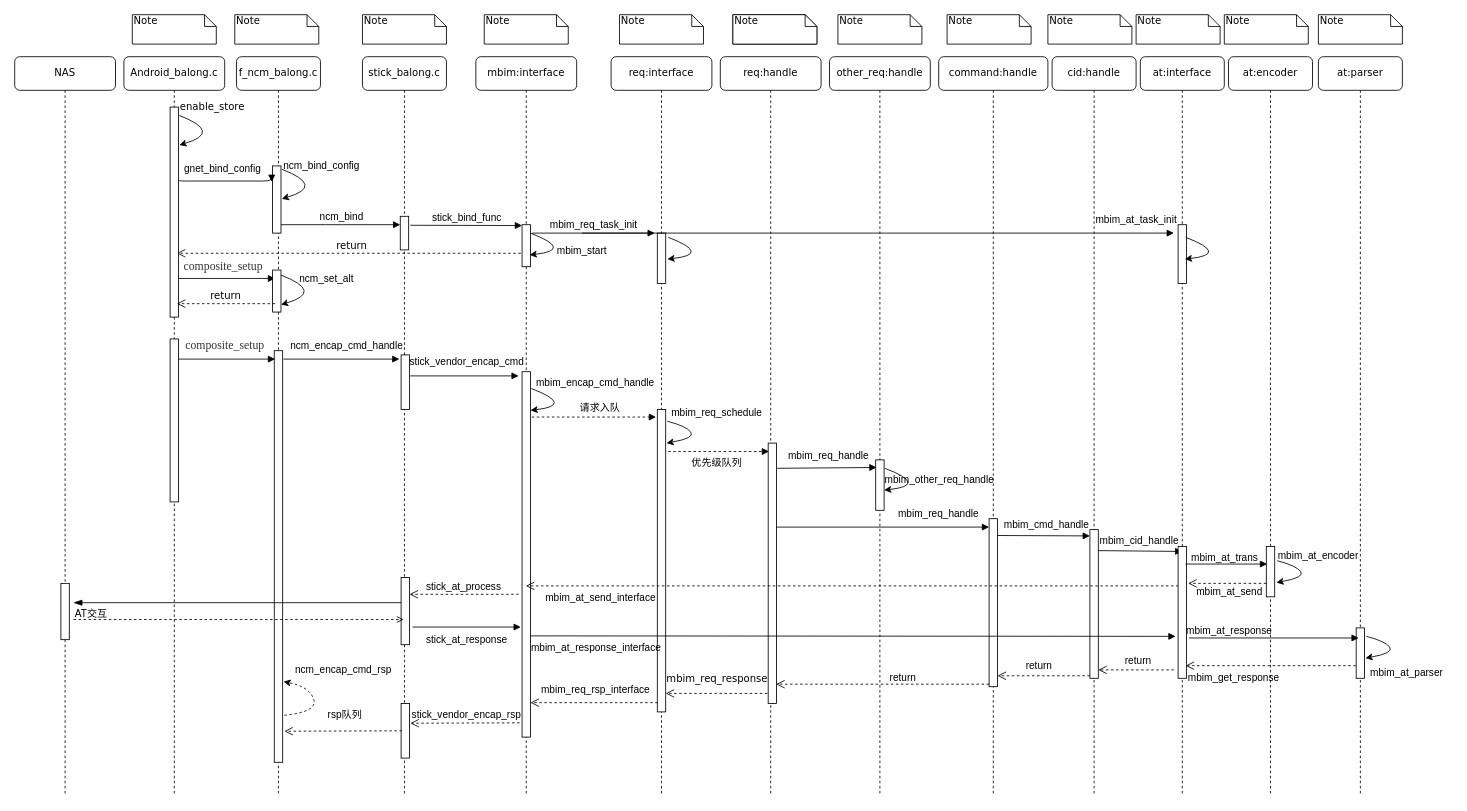
Earlier version of the draw.io diagram MBIM.drawio (liuhongkang/paper). Source tidied: cells renumbered, new cells numbered last; positions are measured from the earlier drawing's top-left corner, leaving out a move shared by most shapes. Both pictures are drawn from the tidied source at 84%, with x=0, y=0 at pixel (14, 14).
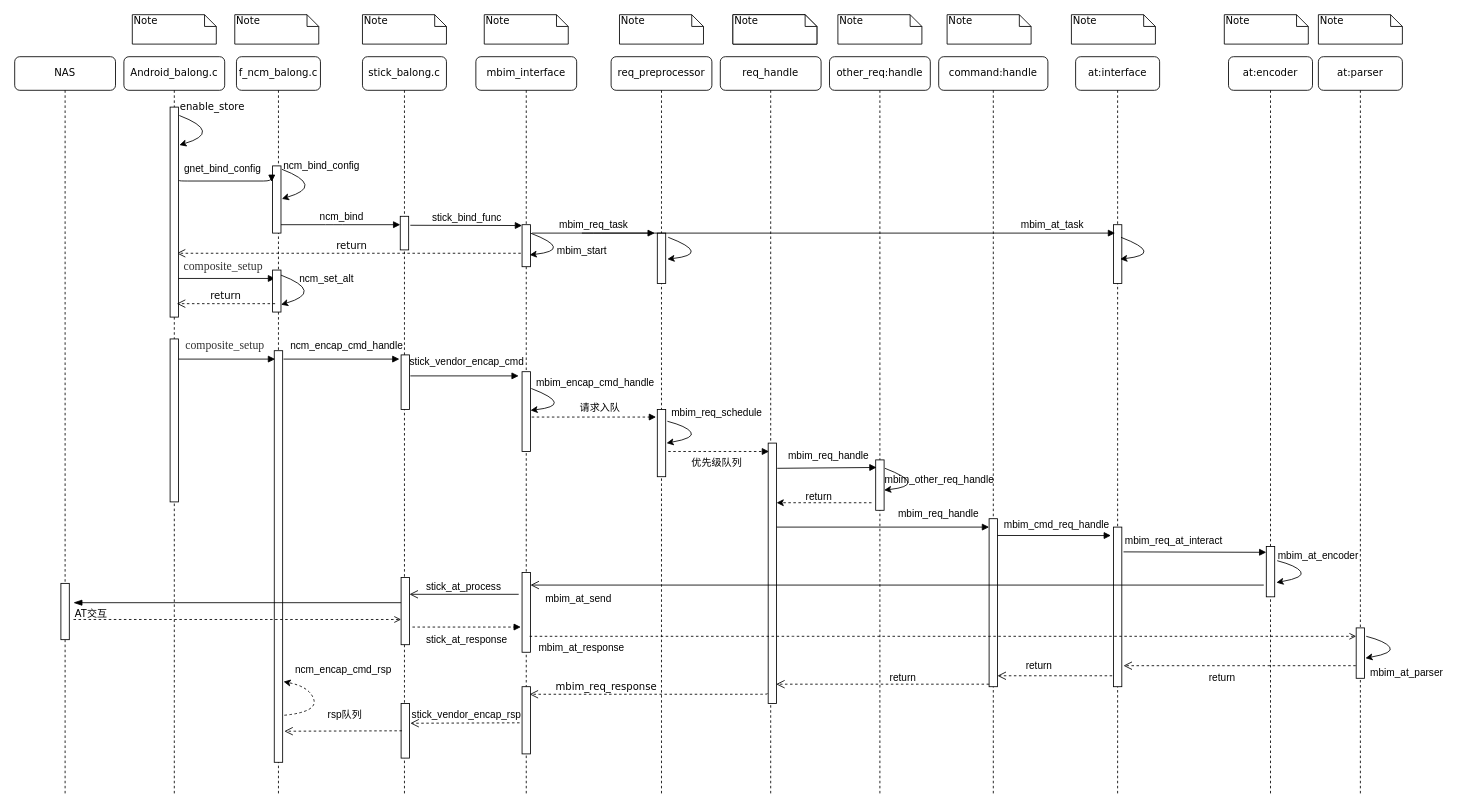
The same diagram, later.

The change refers to these unchanged cells:
```xml
<mxCell id="27" style="html=1;points=[];perimeter=orthogonalPerimeter;rounded=0;shadow=0;comic=0;labelBackgroundColor=none;strokeWidth=1;fontFamily=Verdana;fontSize=12;align=center;" parent="1" vertex="1">
  <mxGeometry x="897" y="510" width="10" height="310" as="geometry" />
</mxCell>
<mxCell id="38" value="at:encoder" style="shape=umlLifeline;perimeter=lifelinePerimeter;whiteSpace=wrap;html=1;rounded=1;shadow=0;comic=0;labelBackgroundColor=none;strokeWidth=1;fontFamily=Verdana;fontSize=12;align=center;" parent="1" vertex="1">
  <mxGeometry x="1445" y="50" width="100" height="880" as="geometry" />
</mxCell>
<mxCell id="39" style="html=1;points=[];perimeter=orthogonalPerimeter;rounded=0;shadow=0;comic=0;labelBackgroundColor=none;strokeColor=#000000;strokeWidth=1;fillColor=#FFFFFF;fontFamily=Verdana;fontSize=12;fontColor=#000000;align=center;" parent="38" vertex="1">
  <mxGeometry x="45" y="583" width="10" height="60" as="geometry" />
</mxCell>
<mxCell id="42" style="html=1;points=[];perimeter=orthogonalPerimeter;rounded=0;shadow=0;comic=0;labelBackgroundColor=none;strokeColor=#000000;strokeWidth=1;fillColor=#FFFFFF;fontFamily=Verdana;fontSize=12;fontColor=#000000;align=center;" parent="41" vertex="1">
  <mxGeometry x="45" y="680" width="10" height="60" as="geometry" />
</mxCell>
<mxCell id="107" value="AT交互" style="text;whiteSpace=wrap;html=1;fontFamily=Helvetica;" parent="1" vertex="1">
  <mxGeometry x="70" y="700" width="50" height="20" as="geometry" />
</mxCell>
```

Diff of the diagram source:
```diff
@@
-    <mxCell id="4" value="mbim:interface" style="shape=umlLifeline;perimeter=lifelinePerimeter;whiteSpace=wrap;html=1;outlineConnect=0;rounded=1;shadow=0;comic=0;labelBackgroundColor=none;strokeWidth=1;fontFamily=Verdana;fontSize=12;align=center;" parent="1" vertex="1">
+    <mxCell id="4" value="mbim_interface" style="shape=umlLifeline;perimeter=lifelinePerimeter;whiteSpace=wrap;html=1;outlineConnect=0;rounded=1;shadow=0;comic=0;labelBackgroundColor=none;strokeWidth=1;fontFamily=Verdana;fontSize=12;align=center;" parent="1" vertex="1">
       <mxGeometry x="549" y="50" width="120" height="880" as="geometry" />
     </mxCell>
@@
+    <mxCell id="134" style="html=1;points=[];perimeter=orthogonalPerimeter;rounded=0;shadow=0;comic=0;labelBackgroundColor=none;strokeWidth=1;fontFamily=Verdana;fontSize=12;align=center;" parent="4" vertex="1">
+      <mxGeometry x="55" y="614" width="10" height="95" as="geometry" />
+    </mxCell>
+    <mxCell id="135" style="html=1;points=[];perimeter=orthogonalPerimeter;rounded=0;shadow=0;comic=0;labelBackgroundColor=none;strokeWidth=1;fontFamily=Verdana;fontSize=12;align=center;" parent="4" vertex="1">
+      <mxGeometry x="55" y="750" width="10" height="80" as="geometry" />
+    </mxCell>
@@
-    <mxCell id="15" value="req:interface" style="shape=umlLifeline;perimeter=lifelinePerimeter;whiteSpace=wrap;html=1;rounded=1;shadow=0;comic=0;labelBackgroundColor=none;strokeWidth=1;fontFamily=Verdana;fontSize=12;align=center;" parent="1" vertex="1">
+    <mxCell id="15" value="req_preprocessor" style="shape=umlLifeline;perimeter=lifelinePerimeter;whiteSpace=wrap;html=1;rounded=1;shadow=0;comic=0;labelBackgroundColor=none;strokeWidth=1;fontFamily=Verdana;fontSize=12;align=center;" parent="1" vertex="1">
       <mxGeometry x="710" y="50" width="120" height="880" as="geometry" />
     </mxCell>
     <mxCell id="16" style="html=1;perimeter=orthogonalPerimeter;rounded=0;shadow=0;comic=0;labelBackgroundColor=none;strokeWidth=1;fontFamily=Verdana;fontSize=12;align=center;" parent="15" vertex="1">
-      <mxGeometry x="55" y="420" width="10" height="360" as="geometry" />
+      <mxGeometry x="55" y="420" width="10" height="80" as="geometry" />
     </mxCell>
@@
-    <mxCell id="18" value="req:handle" style="shape=umlLifeline;perimeter=lifelinePerimeter;whiteSpace=wrap;html=1;rounded=1;shadow=0;comic=0;labelBackgroundColor=none;strokeWidth=1;fontFamily=Verdana;fontSize=12;align=center;" parent="1" vertex="1">
+    <mxCell id="18" value="req_handle" style="shape=umlLifeline;perimeter=lifelinePerimeter;whiteSpace=wrap;html=1;rounded=1;shadow=0;comic=0;labelBackgroundColor=none;strokeWidth=1;fontFamily=Verdana;fontSize=12;align=center;" parent="1" vertex="1">
       <mxGeometry x="840" y="50" width="120" height="880" as="geometry" />
     </mxCell>
@@
     <mxCell id="25" style="html=1;perimeter=orthogonalPerimeter;rounded=0;shadow=0;comic=0;labelBackgroundColor=none;strokeWidth=1;fontFamily=Verdana;fontSize=12;align=center;" parent="1" vertex="1">
-      <mxGeometry x="604" y="425" width="10" height="435" as="geometry" />
+      <mxGeometry x="604" y="425" width="10" height="95" as="geometry" />
     </mxCell>
@@
-    <mxCell id="28" value="mbim_req_response" style="html=1;verticalAlign=bottom;endArrow=open;dashed=1;endSize=8;labelBackgroundColor=none;fontFamily=Verdana;fontSize=12;edgeStyle=elbowEdgeStyle;elbow=vertical;" parent="1" edge="1">
-      <mxGeometry y="-8" relative="1" as="geometry">
+    <mxCell id="28" value="mbim_req_response" style="html=1;verticalAlign=bottom;endArrow=open;dashed=1;endSize=8;labelBackgroundColor=none;fontFamily=Verdana;fontSize=12;edgeStyle=elbowEdgeStyle;elbow=vertical;entryX=0.9;entryY=0.113;entryDx=0;entryDy=0;entryPerimeter=0;" parent="1" edge="1" target="135">
+      <mxGeometry x="0.36" relative="1" as="geometry">
         <mxPoint x="896" y="808" as="sourcePoint" />
-        <mxPoint x="775" y="808" as="targetPoint" />
-        <mxPoint x="1" as="offset" />
       </mxGeometry>
     </mxCell>
@@
-    <mxCell id="40" value="mbim_get_response" style="text;whiteSpace=wrap;html=1;fontFamily=Helvetica;" parent="38" vertex="1">
-      <mxGeometry x="-50" y="726" width="117" height="20" as="geometry" />
+    <mxCell id="40" value="return" style="text;whiteSpace=wrap;html=1;fontFamily=Helvetica;" parent="38" vertex="1">
+      <mxGeometry x="-25" y="726" width="50" height="20" as="geometry" />
     </mxCell>
@@
-    <mxCell id="47" value="cid:handle" style="shape=umlLifeline;perimeter=lifelinePerimeter;whiteSpace=wrap;html=1;rounded=1;shadow=0;comic=0;labelBackgroundColor=none;strokeWidth=1;fontFamily=Verdana;fontSize=12;align=center;" parent="1" vertex="1">
-      <mxGeometry x="1235" y="50" width="100" height="880" as="geometry" />
-    </mxCell>
-    <mxCell id="48" style="html=1;perimeter=orthogonalPerimeter;rounded=0;shadow=0;comic=0;labelBackgroundColor=none;strokeColor=#000000;strokeWidth=1;fillColor=#FFFFFF;fontFamily=Verdana;fontSize=12;fontColor=#000000;align=center;" parent="47" vertex="1">
-      <mxGeometry x="45" y="563" width="10" height="177" as="geometry" />
-    </mxCell>
-    <mxCell id="49" value="Note" style="shape=note;whiteSpace=wrap;html=1;size=14;verticalAlign=top;align=left;spacingTop=-6;rounded=0;shadow=0;comic=0;labelBackgroundColor=none;strokeWidth=1;fontFamily=Verdana;fontSize=12;" parent="1" vertex="1">
-      <mxGeometry x="1230" width="100" height="35" as="geometry" />
-    </mxCell>
@@
-    <mxCell id="80" style="html=1;verticalAlign=bottom;endArrow=block;labelBackgroundColor=none;fontFamily=Verdana;fontSize=12;" parent="1" edge="1">
+    <mxCell id="80" style="html=1;verticalAlign=bottom;endArrow=block;labelBackgroundColor=none;fontFamily=Verdana;fontSize=12;entryX=-0.3;entryY=0.053;entryDx=0;entryDy=0;entryPerimeter=0;" parent="1" edge="1" target="120">
       <mxGeometry relative="1" as="geometry">
         <mxPoint x="1170" y="620" as="sourcePoint" />
-        <mxPoint x="1280" y="620.5" as="targetPoint" />
       </mxGeometry>
     </mxCell>
-    <mxCell id="81" value="mbim_cmd_handle" style="text;whiteSpace=wrap;html=1;fontFamily=Helvetica;" parent="1" vertex="1">
+    <mxCell id="81" value="mbim_cmd_req_handle" style="text;whiteSpace=wrap;html=1;fontFamily=Helvetica;" parent="1" vertex="1">
       <mxGeometry x="1176" y="593" width="100" height="20" as="geometry" />
     </mxCell>
@@
-    <mxCell id="84" style="edgeStyle=orthogonalEdgeStyle;rounded=0;orthogonalLoop=1;jettySize=auto;html=1;exitX=0.5;exitY=1;exitDx=0;exitDy=0;dashed=1;fontFamily=Helvetica;" parent="1" edge="1" source="81" target="81">
-      <mxGeometry relative="1" as="geometry" />
+    <mxCell id="84" style="edgeStyle=orthogonalEdgeStyle;rounded=0;orthogonalLoop=1;jettySize=auto;html=1;exitX=0.5;exitY=1;exitDx=0;exitDy=0;dashed=1;fontFamily=Helvetica;" parent="1" edge="1">
+      <mxGeometry relative="1" as="geometry">
+        <mxPoint x="1248" y="613" as="sourcePoint" />
+        <mxPoint x="1248" y="613" as="targetPoint" />
+      </mxGeometry>
     </mxCell>
-    <mxCell id="85" value="mbim_cid_handle" style="text;whiteSpace=wrap;html=1;fontFamily=Helvetica;" parent="1" vertex="1">
-      <mxGeometry x="1290" y="613" width="100" height="20" as="geometry" />
-    </mxCell>
-    <mxCell id="86" style="html=1;verticalAlign=bottom;endArrow=block;labelBackgroundColor=none;fontFamily=Verdana;fontSize=12;" parent="1" edge="1">
-      <mxGeometry relative="1" as="geometry">
-        <mxPoint x="1290" y="638" as="sourcePoint" />
-        <mxPoint x="1390" y="639" as="targetPoint" />
-      </mxGeometry>
-    </mxCell>
@@
-    <mxCell id="89" style="html=1;verticalAlign=bottom;endArrow=open;dashed=1;endSize=8;labelBackgroundColor=none;fontFamily=Verdana;fontSize=12;" parent="1" edge="1" target="4">
-      <mxGeometry x="-0.01" y="-10" relative="1" as="geometry">
-        <mxPoint x="1385.5" y="680" as="sourcePoint" />
-        <mxPoint x="1" as="offset" />
-      </mxGeometry>
-    </mxCell>
-    <mxCell id="90" value="mbim_at_send_interface" style="text;whiteSpace=wrap;html=1;fontFamily=Helvetica;" parent="1" vertex="1">
-      <mxGeometry x="630" y="680" width="130" height="20" as="geometry" />
+    <mxCell id="90" value="mbim_at_send" style="text;whiteSpace=wrap;html=1;fontFamily=Helvetica;" parent="1" vertex="1">
+      <mxGeometry x="630" y="682" width="90" height="20" as="geometry" />
     </mxCell>
-    <mxCell id="91" style="html=1;verticalAlign=bottom;endArrow=open;dashed=1;endSize=8;labelBackgroundColor=none;fontFamily=Verdana;fontSize=12;" parent="1" edge="1">
+    <mxCell id="91" style="html=1;verticalAlign=bottom;endArrow=open;endSize=8;labelBackgroundColor=none;fontFamily=Verdana;fontSize=12;" parent="1" edge="1">
       <mxGeometry x="-0.01" y="-10" relative="1" as="geometry">
         <mxPoint x="600" y="690" as="sourcePoint" />
         <mxPoint x="470" y="690" as="targetPoint" />
         <mxPoint x="1" as="offset" />
       </mxGeometry>
     </mxCell>
@@
-    <mxCell id="93" style="html=1;verticalAlign=bottom;endArrow=block;labelBackgroundColor=none;fontFamily=Verdana;fontSize=12;" parent="1" edge="1">
+    <mxCell id="93" style="html=1;verticalAlign=bottom;endArrow=block;labelBackgroundColor=none;fontFamily=Verdana;fontSize=12;dashed=1;" parent="1" edge="1">
       <mxGeometry relative="1" as="geometry">
         <mxPoint x="473.5" y="729" as="sourcePoint" />
         <mxPoint x="602.5" y="729" as="targetPoint" />
       </mxGeometry>
     </mxCell>
@@
-    <mxCell id="95" style="html=1;verticalAlign=bottom;endArrow=block;labelBackgroundColor=none;fontFamily=Verdana;fontSize=12;entryX=-0.3;entryY=0.682;entryDx=0;entryDy=0;entryPerimeter=0;" parent="1" edge="1" target="120">
-      <mxGeometry relative="1" as="geometry">
-        <mxPoint x="614" y="739.5" as="sourcePoint" />
-      </mxGeometry>
-    </mxCell>
-    <mxCell id="96" value="mbim_at_response_interface" style="text;whiteSpace=wrap;html=1;fontFamily=Helvetica;" parent="1" vertex="1">
-      <mxGeometry x="613" y="740" width="100" height="20" as="geometry" />
+    <mxCell id="96" value="mbim_at_response" style="text;whiteSpace=wrap;html=1;fontFamily=Helvetica;" parent="1" vertex="1">
+      <mxGeometry x="622" y="740" width="100" height="20" as="geometry" />
     </mxCell>
@@
-    <mxCell id="99" style="html=1;verticalAlign=bottom;endArrow=open;dashed=1;endSize=8;labelBackgroundColor=none;fontFamily=Verdana;fontSize=12;" parent="1" edge="1">
-      <mxGeometry x="-0.01" y="-10" relative="1" as="geometry">
-        <mxPoint x="1380" y="780" as="sourcePoint" />
-        <mxPoint x="1290" y="780" as="targetPoint" />
-        <mxPoint x="1" as="offset" />
-      </mxGeometry>
-    </mxCell>
-    <mxCell id="100" value="return" style="text;whiteSpace=wrap;html=1;fontFamily=Helvetica;" parent="1" vertex="1">
-      <mxGeometry x="1320" y="756" width="40" height="20" as="geometry" />
-    </mxCell>
-    <mxCell id="101" style="html=1;verticalAlign=bottom;endArrow=open;dashed=1;endSize=8;labelBackgroundColor=none;fontFamily=Verdana;fontSize=12;" parent="1" edge="1">
+    <mxCell id="101" style="html=1;verticalAlign=bottom;endArrow=open;dashed=1;endSize=8;labelBackgroundColor=none;fontFamily=Verdana;fontSize=12;" parent="1" edge="1" source="119">
       <mxGeometry x="-0.01" y="-10" relative="1" as="geometry">
-        <mxPoint x="1280" y="787" as="sourcePoint" />
         <mxPoint x="1170" y="787" as="targetPoint" />
         <mxPoint x="1" as="offset" />
       </mxGeometry>
     </mxCell>
@@
     <mxCell id="106" style="html=1;verticalAlign=bottom;endArrow=open;labelBackgroundColor=none;fontFamily=Verdana;fontSize=12;endFill=0;dashed=1;exitX=0;exitY=1;exitDx=0;exitDy=0;exitPerimeter=0;" parent="1" edge="1" source="107">
       <mxGeometry relative="1" as="geometry">
-        <mxPoint x="463" y="720" as="targetPoint" />
+        <mxPoint x="460" y="720" as="targetPoint" />
         <Array as="points">
           <mxPoint x="393" y="720" />
         </Array>
       </mxGeometry>
     </mxCell>
@@
-    <mxCell id="108" style="html=1;verticalAlign=bottom;endArrow=open;dashed=1;endSize=8;labelBackgroundColor=none;fontFamily=Verdana;fontSize=12;" parent="1" edge="1">
-      <mxGeometry x="-0.01" y="-10" relative="1" as="geometry">
-        <mxPoint x="765.5" y="819" as="sourcePoint" />
-        <mxPoint x="614" y="819" as="targetPoint" />
-        <mxPoint x="1" as="offset" />
-      </mxGeometry>
-    </mxCell>
@@
-    <mxCell id="117" value="mbim_req_rsp_interface" style="text;whiteSpace=wrap;html=1;fontFamily=Helvetica;" parent="1" vertex="1">
-      <mxGeometry x="624.5" y="790" width="130" height="30" as="geometry" />
-    </mxCell>
-    <mxCell id="118" value="mbim_req_task_init" style="html=1;verticalAlign=bottom;endArrow=block;labelBackgroundColor=none;fontFamily=Helvetica;fontSize=12;edgeStyle=elbowEdgeStyle;elbow=vertical;exitX=1.2;exitY=0.267;exitDx=0;exitDy=0;exitPerimeter=0;" parent="1" edge="1">
+    <mxCell id="118" value="mbim_req_task" style="html=1;verticalAlign=bottom;endArrow=block;labelBackgroundColor=none;fontFamily=Helvetica;fontSize=12;edgeStyle=elbowEdgeStyle;elbow=vertical;exitX=1.2;exitY=0.267;exitDx=0;exitDy=0;exitPerimeter=0;" parent="1" edge="1">
       <mxGeometry relative="1" as="geometry">
         <mxPoint x="616" y="260" as="sourcePoint" />
         <mxPoint x="762" y="260" as="targetPoint" />
       </mxGeometry>
     </mxCell>
     <mxCell id="119" value="at:interface" style="shape=umlLifeline;perimeter=lifelinePerimeter;whiteSpace=wrap;html=1;outlineConnect=0;rounded=1;shadow=0;comic=0;labelBackgroundColor=none;strokeWidth=1;fontFamily=Verdana;fontSize=12;align=center;" parent="1" vertex="1">
-      <mxGeometry x="1340" y="50" width="100" height="880" as="geometry" />
+      <mxGeometry x="1263" y="50" width="100" height="880" as="geometry" />
     </mxCell>
     <mxCell id="120" style="html=1;points=[];perimeter=orthogonalPerimeter;rounded=0;shadow=0;comic=0;labelBackgroundColor=none;strokeColor=#000000;strokeWidth=1;fillColor=#FFFFFF;fontFamily=Verdana;fontSize=12;fontColor=#000000;align=center;" parent="119" vertex="1">
-      <mxGeometry x="45" y="583" width="10" height="157" as="geometry" />
+      <mxGeometry x="45" y="560" width="10" height="190" as="geometry" />
     </mxCell>
@@
-    <mxCell id="122" value="mbim_at_trans" style="text;whiteSpace=wrap;html=1;fontFamily=Helvetica;" parent="1" vertex="1">
-      <mxGeometry x="1399" y="633" width="88" height="20" as="geometry" />
+    <mxCell id="122" value="mbim_req_at_interact" style="text;whiteSpace=wrap;html=1;fontFamily=Helvetica;" parent="1" vertex="1">
+      <mxGeometry x="1320" y="613" width="88" height="20" as="geometry" />
     </mxCell>
     <mxCell id="123" style="html=1;verticalAlign=bottom;endArrow=block;labelBackgroundColor=none;fontFamily=Verdana;fontSize=12;" parent="1" edge="1">
       <mxGeometry relative="1" as="geometry">
-        <mxPoint x="1394" y="654" as="sourcePoint" />
-        <mxPoint x="1491" y="654" as="targetPoint" />
+        <mxPoint x="1320" y="639.5" as="sourcePoint" />
+        <mxPoint x="1490" y="640" as="targetPoint" />
       </mxGeometry>
     </mxCell>
-    <mxCell id="124" style="html=1;verticalAlign=bottom;endArrow=block;labelBackgroundColor=none;fontFamily=Verdana;fontSize=12;" parent="1" edge="1">
-      <mxGeometry relative="1" as="geometry">
-        <mxPoint x="1398" y="742" as="sourcePoint" />
-        <mxPoint x="1600" y="742" as="targetPoint" />
-      </mxGeometry>
-    </mxCell>
-    <mxCell id="125" value="mbim_at_response" style="text;whiteSpace=wrap;html=1;fontFamily=Helvetica;" parent="1" vertex="1">
-      <mxGeometry x="1393" y="720" width="100" height="20" as="geometry" />
-    </mxCell>
-    <mxCell id="126" style="html=1;verticalAlign=bottom;endArrow=open;dashed=1;endSize=8;labelBackgroundColor=none;fontFamily=Verdana;fontSize=12;exitX=0;exitY=0.733;exitDx=0;exitDy=0;exitPerimeter=0;" parent="1" edge="1" source="39">
-      <mxGeometry x="-0.01" y="-10" relative="1" as="geometry">
-        <mxPoint x="1397" y="677" as="targetPoint" />
-        <mxPoint x="1" as="offset" />
-      </mxGeometry>
-    </mxCell>
-    <mxCell id="127" value="mbim_at_send" style="text;whiteSpace=wrap;html=1;fontFamily=Helvetica;" parent="1" vertex="1">
-      <mxGeometry x="1405" y="673" width="88" height="20" as="geometry" />
-    </mxCell>
     <mxCell id="128" style="html=1;verticalAlign=bottom;endArrow=open;dashed=1;endSize=8;labelBackgroundColor=none;fontFamily=Verdana;fontSize=12;" parent="1" edge="1">
       <mxGeometry x="-0.01" y="-10" relative="1" as="geometry">
         <mxPoint x="1596.5" y="775" as="sourcePoint" />
-        <mxPoint x="1394" y="775" as="targetPoint" />
+        <mxPoint x="1320" y="775" as="targetPoint" />
         <mxPoint x="1" as="offset" />
       </mxGeometry>
     </mxCell>
     <mxCell id="129" value="Note" style="shape=note;whiteSpace=wrap;html=1;size=14;verticalAlign=top;align=left;spacingTop=-6;rounded=0;shadow=0;comic=0;labelBackgroundColor=none;strokeWidth=1;fontFamily=Verdana;fontSize=12;" parent="1" vertex="1">
-      <mxGeometry x="1335" width="100" height="35" as="geometry" />
+      <mxGeometry x="1258" width="100" height="35" as="geometry" />
     </mxCell>
     <mxCell id="130" style="html=1;verticalAlign=bottom;endArrow=block;labelBackgroundColor=none;fontFamily=Verdana;fontSize=12;" parent="1" edge="1">
       <mxGeometry relative="1" as="geometry">
         <mxPoint x="675.2" y="260" as="sourcePoint" />
-        <mxPoint x="1380" y="260" as="targetPoint" />
+        <mxPoint x="1310" y="260" as="targetPoint" />
       </mxGeometry>
     </mxCell>
-    <mxCell id="131" value="mbim_at_task_init" style="text;html=1;align=center;verticalAlign=middle;fontFamily=Helvetica;" parent="1" vertex="1">
-      <mxGeometry x="1280" y="235" width="110" height="20" as="geometry" />
+    <mxCell id="131" value="mbim_at_task" style="text;html=1;align=center;verticalAlign=middle;fontFamily=Helvetica;" parent="1" vertex="1">
+      <mxGeometry x="1190" y="240" width="90" height="20" as="geometry" />
     </mxCell>
@@
     <mxCell id="133" style="curved=1;endArrow=classic;html=1;entryX=0.9;entryY=0.72;entryDx=0;entryDy=0;entryPerimeter=0;" parent="1" edge="1">
       <mxGeometry relative="1" as="geometry">
-        <mxPoint x="1394" y="265" as="sourcePoint" />
-        <mxPoint x="1393" y="291" as="targetPoint" />
+        <mxPoint x="1317" y="265" as="sourcePoint" />
+        <mxPoint x="1316" y="291" as="targetPoint" />
         <Array as="points">
-          <mxPoint x="1446" y="285" />
+          <mxPoint x="1369" y="285" />
         </Array>
       </mxGeometry>
     </mxCell>
+    <mxCell id="136" style="endArrow=classic;html=1;dashed=1;fontFamily=Helvetica;entryX=1;entryY=0.229;entryDx=0;entryDy=0;entryPerimeter=0;" parent="1" edge="1" target="27">
+      <mxGeometry relative="1" as="geometry">
+        <mxPoint x="1020" y="581" as="sourcePoint" />
+      </mxGeometry>
+    </mxCell>
+    <mxCell id="100" value="return" style="text;whiteSpace=wrap;html=1;fontFamily=Helvetica;" parent="1" vertex="1">
+      <mxGeometry x="940" y="560" width="40" height="20" as="geometry" />
+    </mxCell>
+    <mxCell id="89" style="html=1;verticalAlign=bottom;endArrow=open;endSize=8;labelBackgroundColor=none;fontFamily=Verdana;fontSize=12;exitX=-0.3;exitY=0.767;exitDx=0;exitDy=0;exitPerimeter=0;entryX=1;entryY=0.158;entryDx=0;entryDy=0;entryPerimeter=0;" parent="1" edge="1" source="39" target="134">
+      <mxGeometry x="-0.01" y="-10" relative="1" as="geometry">
+        <mxPoint x="1" as="offset" />
+      </mxGeometry>
+    </mxCell>
+    <mxCell id="137" style="html=1;verticalAlign=bottom;endArrow=open;labelBackgroundColor=none;fontFamily=Verdana;fontSize=12;endFill=0;dashed=1;exitX=0;exitY=1;exitDx=0;exitDy=0;exitPerimeter=0;" parent="1" edge="1" target="42">
+      <mxGeometry relative="1" as="geometry">
+        <mxPoint x="613" y="740" as="sourcePoint" />
+        <Array as="points">
+          <mxPoint x="936" y="740" />
+        </Array>
+      </mxGeometry>
+    </mxCell>
```
